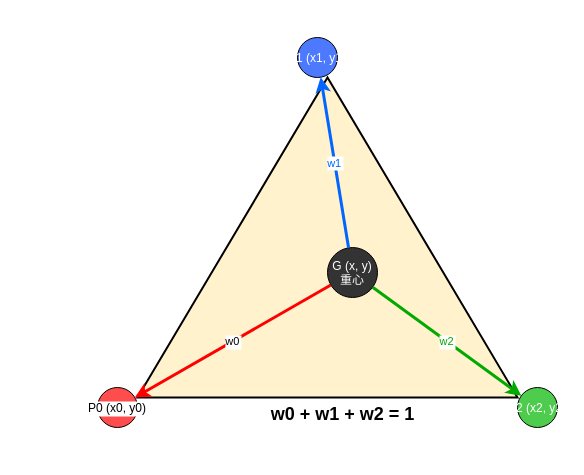
sumikawa/mypolygon keeps this draw.io diagram as doc/figure02.drawio. Above is the earlier version. Source tidied: cells renumbered, new cells numbered last; positions are measured from the earlier drawing's top-left corner, leaving out a move shared by most shapes. Both pictures are drawn from the tidied source at 100%, with x=0, y=0 at pixel (97, 37).
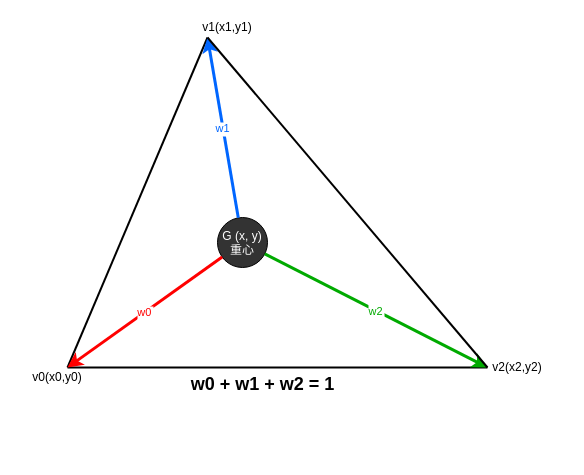
After the change.

Change to the diagram source:
```diff
@@
 <mxGraphModel>
   <root>
     <mxCell id="0" />
     <mxCell id="1" parent="0" />
-    <mxCell id="2" style="shape=triangle;whiteSpace=wrap;html=1;fillColor=#FFF2CC;strokeColor=#000000;strokeWidth=2;direction=south;flipV=1;legacyAnchorPoints=0;" parent="1" vertex="1">
-      <mxGeometry x="40" y="40" width="380" height="320" as="geometry" />
-    </mxCell>
-    <mxCell id="3" value="P0 (x0, y0)" style="ellipse;fillColor=#FF4D4D;strokeColor=#000000;fontColor=default;labelBackgroundColor=default;labelBorderColor=none;" parent="1" vertex="1">
-      <mxGeometry y="350" width="40" height="40" as="geometry" />
-    </mxCell>
-    <mxCell id="4" value="P1 (x1, y1)" style="ellipse;fillColor=#4D79FF;strokeColor=#000000;fontColor=#FFFFFF;" parent="1" vertex="1">
-      <mxGeometry x="200" width="40" height="40" as="geometry" />
-    </mxCell>
-    <mxCell id="5" value="P2 (x2, y2)" style="ellipse;fillColor=#4DCC4D;strokeColor=#000000;fontColor=#FFFFFF;" parent="1" vertex="1">
-      <mxGeometry x="420" y="350" width="40" height="40" as="geometry" />
-    </mxCell>
+    <mxCell id="11" value="v1(x1,y1)" style="rounded=0;whiteSpace=wrap;html=1;strokeColor=none;fillColor=none;" parent="1" vertex="1">
+      <mxGeometry x="90" y="-20" width="80" height="20" as="geometry" />
+    </mxCell>
+    <mxCell id="12" style="endArrow=none;strokeColor=#000000;strokeWidth=2;" parent="1" edge="1">
+      <mxGeometry relative="1" as="geometry">
+        <mxPoint x="-30" y="330" as="sourcePoint" />
+        <mxPoint x="110" as="targetPoint" />
+      </mxGeometry>
+    </mxCell>
+    <mxCell id="13" style="endArrow=none;strokeColor=#000000;strokeWidth=2;" parent="1" edge="1">
+      <mxGeometry relative="1" as="geometry">
+        <mxPoint x="390" y="330" as="sourcePoint" />
+        <mxPoint x="-30" y="330" as="targetPoint" />
+      </mxGeometry>
+    </mxCell>
     <mxCell id="6" value="G (x, y)&#10;重心" style="ellipse;fillColor=#333333;strokeColor=#000000;fontColor=#FFFFFF;" parent="1" vertex="1">
-      <mxGeometry x="230" y="210" width="50" height="50" as="geometry" />
+      <mxGeometry x="120" y="180" width="50" height="50" as="geometry" />
     </mxCell>
-    <mxCell id="7" value="w0" style="endArrow=classic;strokeColor=#FF0000;strokeWidth=3;fontColor=default;labelBackgroundColor=default;labelBorderColor=none;" parent="1" edge="1" source="6" target="3">
-      <mxGeometry relative="1" as="geometry" />
+    <mxCell id="7" value="w0" style="endArrow=classic;strokeColor=#FF0000;strokeWidth=3;fontColor=#FF0000;" parent="1" edge="1" source="6">
+      <mxGeometry relative="1" as="geometry">
+        <mxPoint x="-30" y="330" as="targetPoint" />
+      </mxGeometry>
     </mxCell>
-    <mxCell id="8" value="w1" style="endArrow=classic;strokeColor=#0066FF;strokeWidth=3;fontColor=#0066FF;" parent="1" edge="1" source="6" target="4">
-      <mxGeometry relative="1" as="geometry" />
+    <mxCell id="8" value="w1" style="endArrow=classic;strokeColor=#0066FF;strokeWidth=3;fontColor=#0066FF;" parent="1" edge="1" source="6">
+      <mxGeometry relative="1" as="geometry">
+        <mxPoint x="110" as="targetPoint" />
+      </mxGeometry>
     </mxCell>
-    <mxCell id="9" value="w2" style="endArrow=classic;strokeColor=#00AA00;strokeWidth=3;fontColor=#00AA00;" parent="1" edge="1" source="6" target="5">
-      <mxGeometry relative="1" as="geometry" />
+    <mxCell id="9" value="w2" style="endArrow=classic;strokeColor=#00AA00;strokeWidth=3;fontColor=#00AA00;" parent="1" edge="1" source="6">
+      <mxGeometry relative="1" as="geometry">
+        <mxPoint x="390" y="330" as="targetPoint" />
+      </mxGeometry>
     </mxCell>
     <mxCell id="10" value="w0 + w1 + w2 = 1" style="text;html=1;align=center;fontSize=18;fontStyle=1;" parent="1" vertex="1">
-      <mxGeometry x="95" y="360" width="300" height="60" as="geometry" />
+      <mxGeometry x="-10" y="330" width="350" height="60" as="geometry" />
     </mxCell>
+    <mxCell id="14" value="v2(x2,y2)" style="rounded=0;whiteSpace=wrap;html=1;strokeColor=none;fillColor=none;" parent="1" vertex="1">
+      <mxGeometry x="380" y="320" width="80" height="20" as="geometry" />
+    </mxCell>
+    <mxCell id="15" value="v0(x0,y0)" style="rounded=0;whiteSpace=wrap;html=1;strokeColor=none;fillColor=none;" parent="1" vertex="1">
+      <mxGeometry x="-80" y="330" width="80" height="20" as="geometry" />
+    </mxCell>
+    <mxCell id="16" style="endArrow=none;strokeColor=#000000;strokeWidth=2;" parent="1" edge="1">
+      <mxGeometry relative="1" as="geometry">
+        <mxPoint x="110" as="sourcePoint" />
+        <mxPoint x="390" y="330" as="targetPoint" />
+      </mxGeometry>
+    </mxCell>
   </root>
 </mxGraphModel>
```
